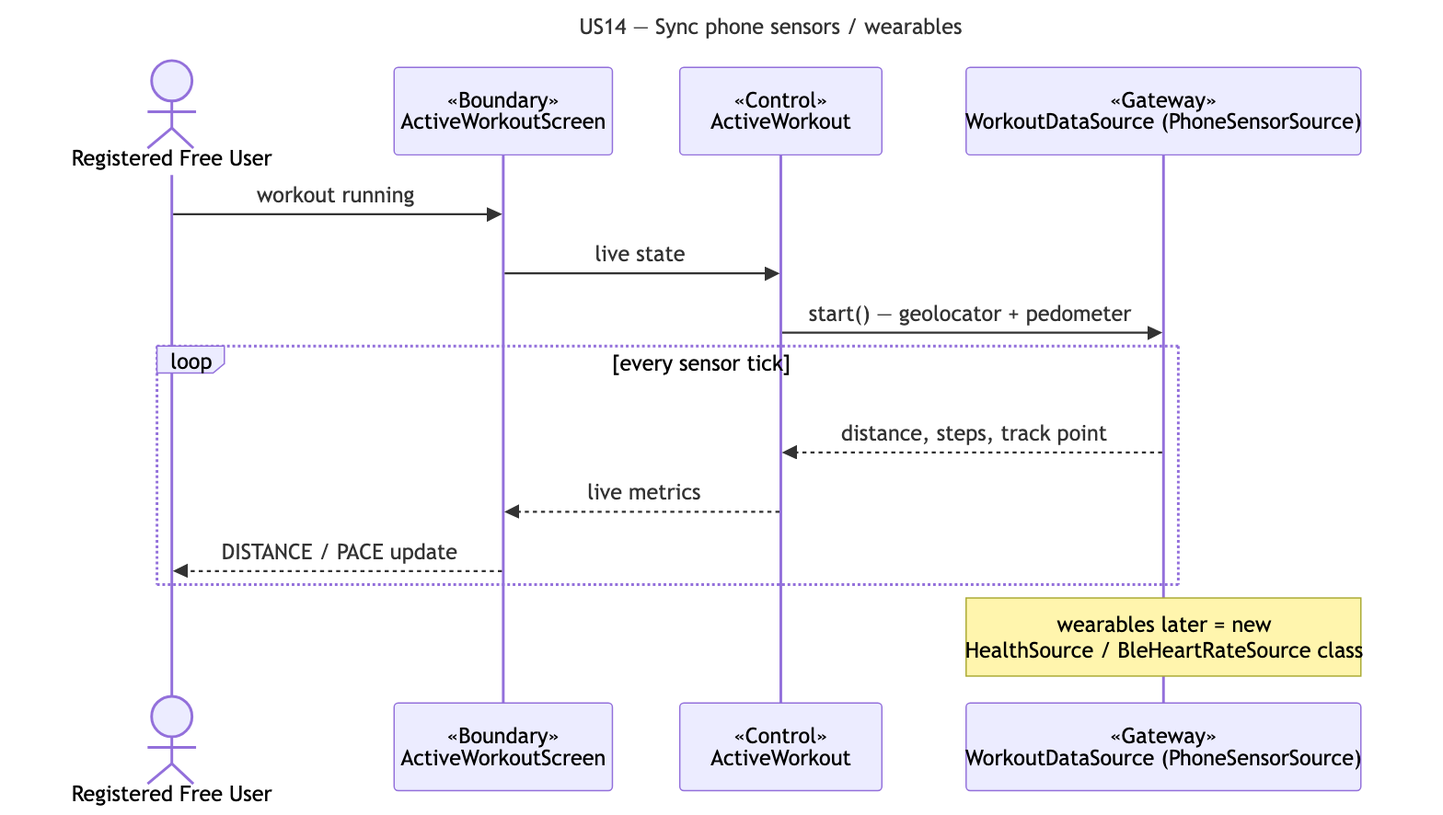
Above: docs/deliverables/sequence-diagrams/US14-sync-sensors.png in cyuanjun/FYP-26-S2-37-app (Mermaid), before the change. Its source is kept beside it as docs/deliverables/sequence-diagrams/src/US14-sync-sensors.mmd.
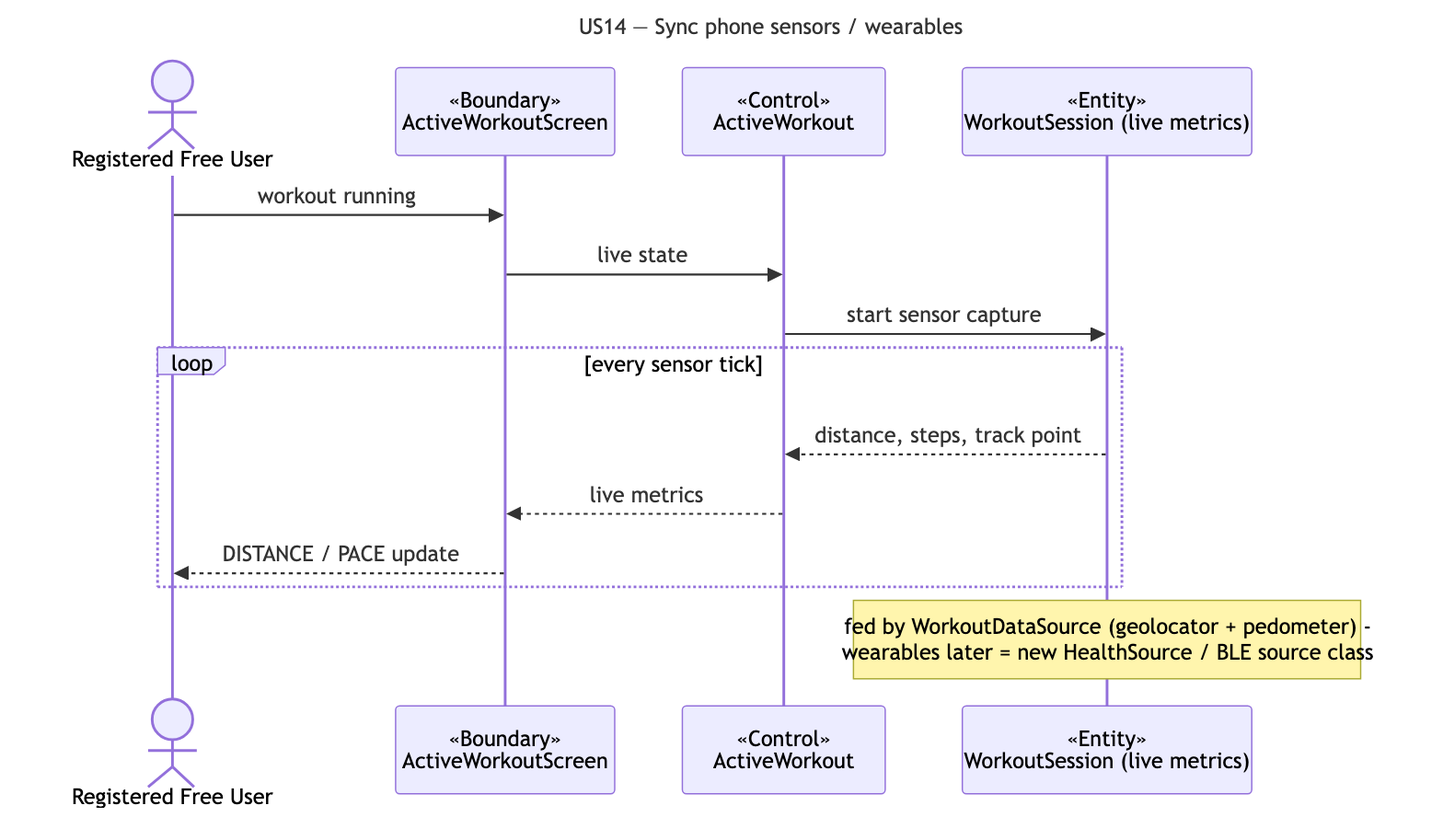
Above is the later version.

What changed in the source:
```diff
@@ -5,13 +5,13 @@
   actor A as Registered Free User
   participant B as «Boundary»<br/>ActiveWorkoutScreen
   participant C as «Control»<br/>ActiveWorkout
-  participant G as «Gateway»<br/>WorkoutDataSource (PhoneSensorSource)
+  participant E as «Entity»<br/>WorkoutSession (live metrics)
   A->>B: workout running
   B->>C: live state
-  C->>G: start() — geolocator + pedometer
+  C->>E: start sensor capture
   loop every sensor tick
-    G-->>C: distance, steps, track point
+    E-->>C: distance, steps, track point
     C-->>B: live metrics
     B-->>A: DISTANCE / PACE update
   end
-  note over G: wearables later = new<br/>HealthSource / BleHeartRateSource class
+  note over E: fed by WorkoutDataSource (geolocator + pedometer) -<br/>wearables later = new HealthSource / BLE source class
```
